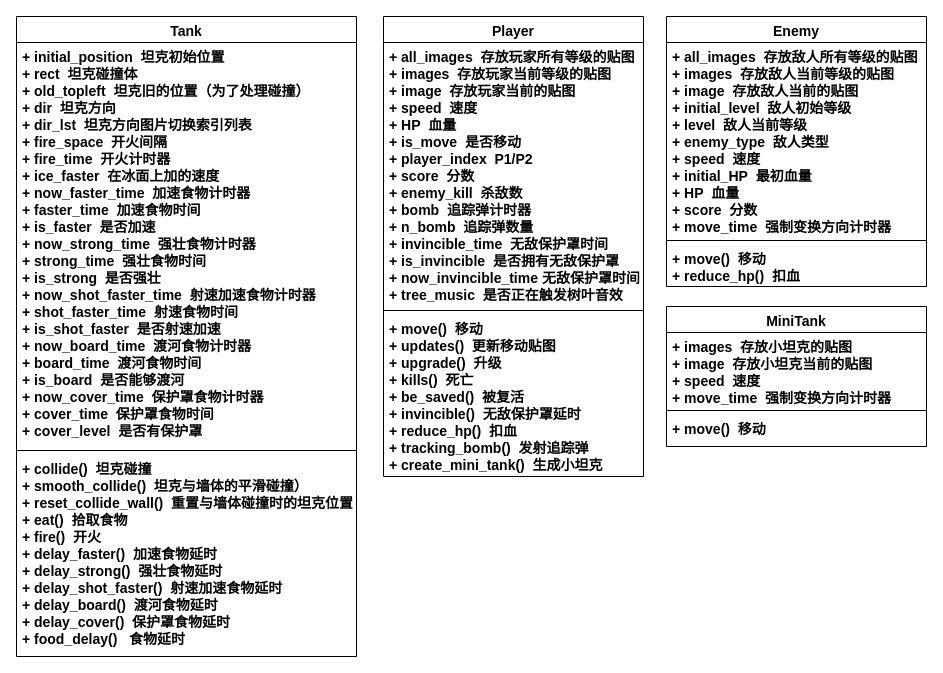
This is Tank类.drawio from shinejjy/Flow-Chart, a draw.io file, before an edit. Source tidied: cells renumbered, new cells numbered last; positions are measured from the earlier drawing's top-left corner, leaving out a move shared by most shapes. Both pictures are drawn from the tidied source at 100%, with x=0, y=0 at pixel (16, 16).
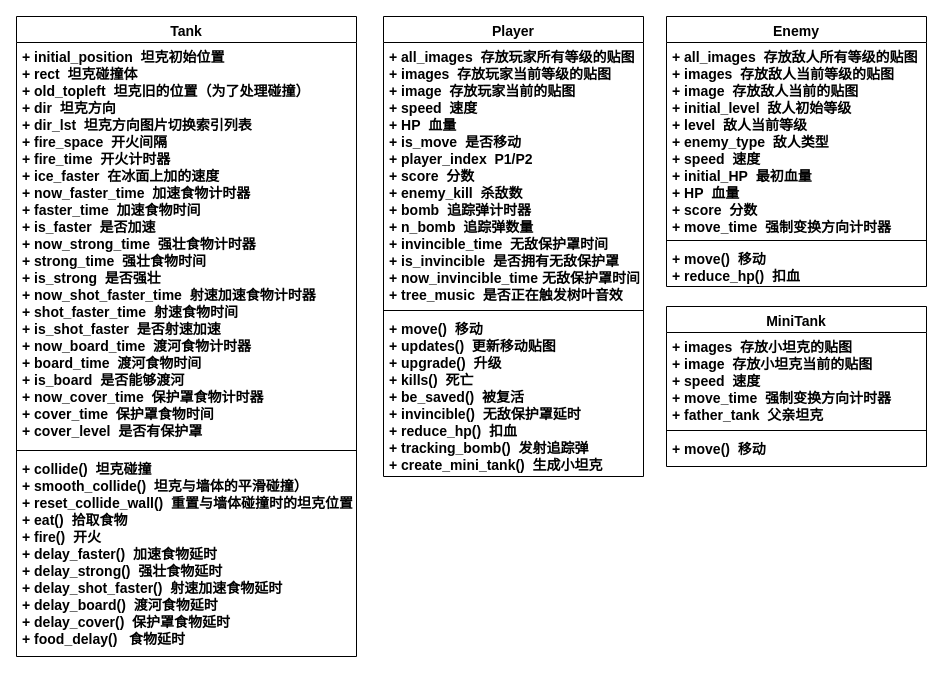
After the change.

Change to the diagram source:
```diff
@@
 <mxGraphModel>
   <root>
     <mxCell id="0" />
     <mxCell id="1" parent="0" />
     <mxCell id="2" value="Tank" style="swimlane;fontStyle=1;align=center;verticalAlign=top;horizontal=1;startSize=26;fontSize=14;" parent="1" vertex="1">
       <mxGeometry width="340" height="640" as="geometry" />
     </mxCell>
     <mxCell id="3" value="+ initial_position  坦克初始位置&#10;+ rect  坦克碰撞体&#10;+ old_topleft  坦克旧的位置（为了处理碰撞）&#10;+ dir  坦克方向&#10;+ dir_lst  坦克方向图片切换索引列表&#10;+ fire_space  开火间隔&#10;+ fire_time  开火计时器&#10;+ ice_faster  在冰面上加的速度&#10;+ now_faster_time  加速食物计时器&#10;+ faster_time  加速食物时间&#10;+ is_faster  是否加速&#10;+ now_strong_time  强壮食物计时器&#10;+ strong_time  强壮食物时间&#10;+ is_strong  是否强壮&#10;+ now_shot_faster_time  射速加速食物计时器&#10;+ shot_faster_time  射速食物时间&#10;+ is_shot_faster  是否射速加速&#10;+ now_board_time  渡河食物计时器&#10;+ board_time  渡河食物时间&#10;+ is_board  是否能够渡河&#10;+ now_cover_time  保护罩食物计时器&#10;+ cover_time  保护罩食物时间&#10;+ cover_level  是否有保护罩" style="text;strokeColor=none;fillColor=none;align=left;verticalAlign=top;spacingLeft=4;spacingRight=4;overflow=hidden;fontSize=14;fontStyle=1;" parent="2" vertex="1">
       <mxGeometry y="26" width="340" height="404" as="geometry" />
     </mxCell>
     <mxCell id="4" style="line;strokeWidth=1;fillColor=none;align=left;verticalAlign=middle;spacingTop=-1;spacingLeft=3;spacingRight=3;labelPosition=right;strokeColor=inherit;" parent="2" vertex="1">
       <mxGeometry y="430" width="340" height="8" as="geometry" />
     </mxCell>
     <mxCell id="5" value="+ collide()  坦克碰撞&#10;+ smooth_collide()  坦克与墙体的平滑碰撞）&#10;+ reset_collide_wall()  重置与墙体碰撞时的坦克位置&#10;+ eat()  拾取食物&#10;+ fire()  开火&#10;+ delay_faster()  加速食物延时&#10;+ delay_strong()  强壮食物延时&#10;+ delay_shot_faster()  射速加速食物延时&#10;+ delay_board()  渡河食物延时&#10;+ delay_cover()  保护罩食物延时&#10;+ food_delay()   食物延时" style="text;strokeColor=none;fillColor=none;align=left;verticalAlign=top;spacingLeft=4;spacingRight=4;overflow=hidden;fontSize=14;fontStyle=1;" parent="2" vertex="1">
       <mxGeometry y="438" width="340" height="202" as="geometry" />
     </mxCell>
     <mxCell id="6" value="Player" style="swimlane;fontStyle=1;align=center;verticalAlign=top;horizontal=1;startSize=26;fontSize=14;" parent="1" vertex="1">
       <mxGeometry x="367" width="260" height="460" as="geometry" />
     </mxCell>
     <mxCell id="7" value="+ all_images  存放玩家所有等级的贴图&#10;+ images  存放玩家当前等级的贴图&#10;+ image  存放玩家当前的贴图&#10;+ speed  速度&#10;+ HP  血量&#10;+ is_move  是否移动&#10;+ player_index  P1/P2&#10;+ score  分数&#10;+ enemy_kill  杀敌数&#10;+ bomb  追踪弹计时器&#10;+ n_bomb  追踪弹数量&#10;+ invincible_time  无敌保护罩时间&#10;+ is_invincible  是否拥有无敌保护罩&#10;+ now_invincible_time 无敌保护罩时间 &#10;+ tree_music  是否正在触发树叶音效" style="text;strokeColor=none;fillColor=none;align=left;verticalAlign=top;spacingLeft=4;spacingRight=4;overflow=hidden;fontSize=14;fontStyle=1;" parent="6" vertex="1">
       <mxGeometry y="26" width="260" height="264" as="geometry" />
     </mxCell>
     <mxCell id="8" style="line;strokeWidth=1;fillColor=none;align=left;verticalAlign=middle;spacingTop=-1;spacingLeft=3;spacingRight=3;labelPosition=right;strokeColor=inherit;" parent="6" vertex="1">
       <mxGeometry y="290" width="260" height="8" as="geometry" />
     </mxCell>
     <mxCell id="9" value="+ move()  移动&#10;+ updates()  更新移动贴图&#10;+ upgrade()  升级&#10;+ kills()  死亡&#10;+ be_saved()  被复活&#10;+ invincible()  无敌保护罩延时&#10;+ reduce_hp()  扣血&#10;+ tracking_bomb()  发射追踪弹&#10;+ create_mini_tank()  生成小坦克" style="text;strokeColor=none;fillColor=none;align=left;verticalAlign=top;spacingLeft=4;spacingRight=4;overflow=hidden;fontSize=14;fontStyle=1;" parent="6" vertex="1">
       <mxGeometry y="298" width="260" height="162" as="geometry" />
     </mxCell>
     <mxCell id="10" value="Enemy" style="swimlane;fontStyle=1;align=center;verticalAlign=top;horizontal=1;startSize=26;fontSize=14;" parent="1" vertex="1">
       <mxGeometry x="650" width="260" height="270" as="geometry" />
     </mxCell>
     <mxCell id="11" value="+ all_images  存放敌人所有等级的贴图&#10;+ images  存放敌人当前等级的贴图&#10;+ image  存放敌人当前的贴图&#10;+ initial_level  敌人初始等级&#10;+ level  敌人当前等级&#10;+ enemy_type  敌人类型&#10;+ speed  速度&#10;+ initial_HP  最初血量&#10;+ HP  血量&#10;+ score  分数&#10;+ move_time  强制变换方向计时器" style="text;strokeColor=none;fillColor=none;align=left;verticalAlign=top;spacingLeft=4;spacingRight=4;overflow=hidden;fontSize=14;fontStyle=1;" parent="10" vertex="1">
       <mxGeometry y="26" width="260" height="194" as="geometry" />
     </mxCell>
     <mxCell id="12" style="line;strokeWidth=1;fillColor=none;align=left;verticalAlign=middle;spacingTop=-1;spacingLeft=3;spacingRight=3;labelPosition=right;strokeColor=inherit;" parent="10" vertex="1">
       <mxGeometry y="220" width="260" height="8" as="geometry" />
     </mxCell>
     <mxCell id="13" value="+ move()  移动&#10;+ reduce_hp()  扣血" style="text;strokeColor=none;fillColor=none;align=left;verticalAlign=top;spacingLeft=4;spacingRight=4;overflow=hidden;fontSize=14;fontStyle=1;" parent="10" vertex="1">
       <mxGeometry y="228" width="260" height="42" as="geometry" />
     </mxCell>
     <mxCell id="14" value="MiniTank" style="swimlane;fontStyle=1;align=center;verticalAlign=top;horizontal=1;startSize=26;fontSize=14;" parent="1" vertex="1">
-      <mxGeometry x="650" y="290" width="260" height="140" as="geometry" />
+      <mxGeometry x="650" y="290" width="260" height="160" as="geometry" />
     </mxCell>
-    <mxCell id="15" value="+ images  存放小坦克的贴图&#10;+ image  存放小坦克当前的贴图&#10;+ speed  速度&#10;+ move_time  强制变换方向计时器" style="text;strokeColor=none;fillColor=none;align=left;verticalAlign=top;spacingLeft=4;spacingRight=4;overflow=hidden;fontSize=14;fontStyle=1;" parent="14" vertex="1">
-      <mxGeometry y="26" width="260" height="74" as="geometry" />
+    <mxCell id="15" value="+ images  存放小坦克的贴图&#10;+ image  存放小坦克当前的贴图&#10;+ speed  速度&#10;+ move_time  强制变换方向计时器&#10;+ father_tank  父亲坦克" style="text;strokeColor=none;fillColor=none;align=left;verticalAlign=top;spacingLeft=4;spacingRight=4;overflow=hidden;fontSize=14;fontStyle=1;" parent="14" vertex="1">
+      <mxGeometry y="26" width="260" height="94" as="geometry" />
     </mxCell>
     <mxCell id="16" style="line;strokeWidth=1;fillColor=none;align=left;verticalAlign=middle;spacingTop=-1;spacingLeft=3;spacingRight=3;labelPosition=right;strokeColor=inherit;" parent="14" vertex="1">
-      <mxGeometry y="100" width="260" height="8" as="geometry" />
+      <mxGeometry y="120" width="260" height="8" as="geometry" />
     </mxCell>
     <mxCell id="17" value="+ move()  移动" style="text;strokeColor=none;fillColor=none;align=left;verticalAlign=top;spacingLeft=4;spacingRight=4;overflow=hidden;fontSize=14;fontStyle=1;" parent="14" vertex="1">
-      <mxGeometry y="108" width="260" height="32" as="geometry" />
+      <mxGeometry y="128" width="260" height="32" as="geometry" />
     </mxCell>
   </root>
 </mxGraphModel>
```
